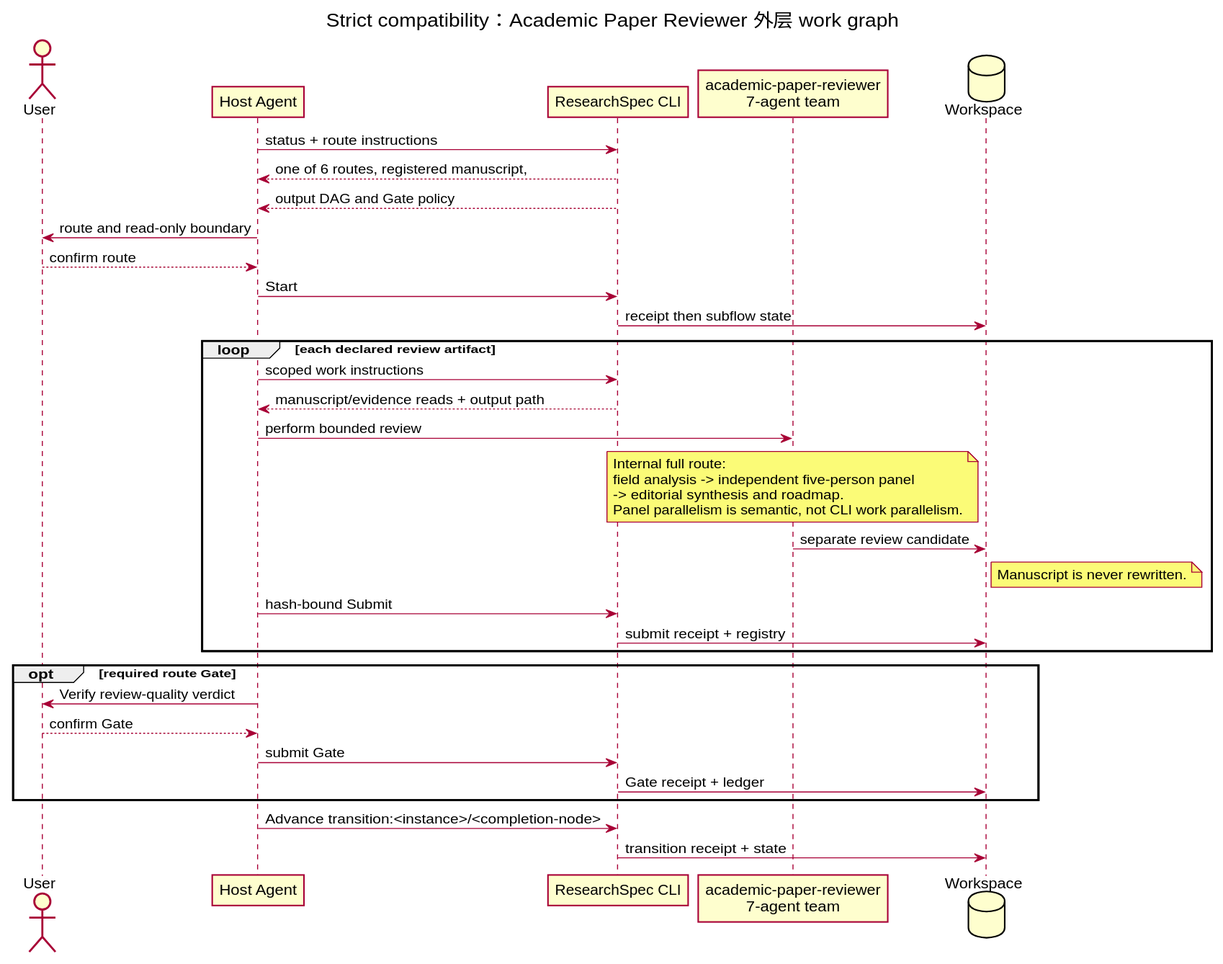
This is docs/researchspec_arsu_runtime/diagrams/rendered/academic-paper-reviewer-workflow.svg from leike0813/ResearchSpec, a PlantUML export, as it was before one commit. Its source is kept beside it as docs/researchspec_arsu_runtime/diagrams/src/academic-paper-reviewer-workflow.puml.
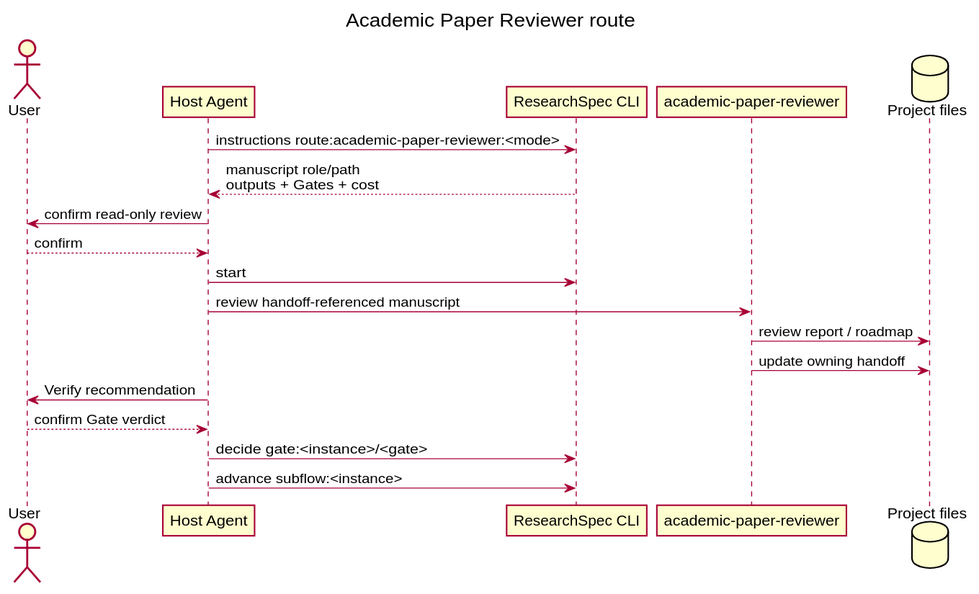
Above is the later version.

The edit, as a diff of the source:
```diff
@@ -1,42 +1,21 @@
 @startuml
-title Strict compatibility：Academic Paper Reviewer 外层 work graph
+title Academic Paper Reviewer route
 skinparam shadowing false
 actor User
 participant "Host Agent" as Agent
 participant "ResearchSpec CLI" as CLI
-participant "academic-paper-reviewer\n7-agent team" as Reviewer
-database "Workspace" as Files
-
-Agent -> CLI : status + route instructions
-CLI --> Agent : one of 6 routes, registered manuscript,
-CLI --> Agent : output DAG and Gate policy
-Agent -> User : route and read-only boundary
-User --> Agent : confirm route
-Agent -> CLI : Start
-CLI -> Files : receipt then subflow state
-
-loop each declared review artifact
-  Agent -> CLI : scoped work instructions
-  CLI --> Agent : manuscript/evidence reads + output path
-  Agent -> Reviewer : perform bounded review
-  note over Reviewer
-    Internal full route:
-    field analysis -> independent five-person panel
-    -> editorial synthesis and roadmap.
-    Panel parallelism is semantic, not CLI work parallelism.
-  end note
-  Reviewer -> Files : separate review candidate
-  note right of Files : Manuscript is never rewritten.
-  Agent -> CLI : hash-bound Submit
-  CLI -> Files : submit receipt + registry
-end
-
-opt required route Gate
-  Agent -> User : Verify review-quality verdict
-  User --> Agent : confirm Gate
-  Agent -> CLI : submit Gate
-  CLI -> Files : Gate receipt + ledger
-end
-Agent -> CLI : Advance transition:<instance>/<completion-node>
-CLI -> Files : transition receipt + state
+participant "academic-paper-reviewer" as Reviewer
+database "Project files" as Files
+Agent -> CLI : instructions route:academic-paper-reviewer:<mode>
+CLI --> Agent : manuscript role/path\noutputs + Gates + cost
+Agent -> User : confirm read-only review
+User --> Agent : confirm
+Agent -> CLI : start
+Agent -> Reviewer : review handoff-referenced manuscript
+Reviewer -> Files : review report / roadmap
+Reviewer -> Files : update owning handoff
+Agent -> User : Verify recommendation
+User --> Agent : confirm Gate verdict
+Agent -> CLI : decide gate:<instance>/<gate>
+Agent -> CLI : advance subflow:<instance>
 @enduml
```
